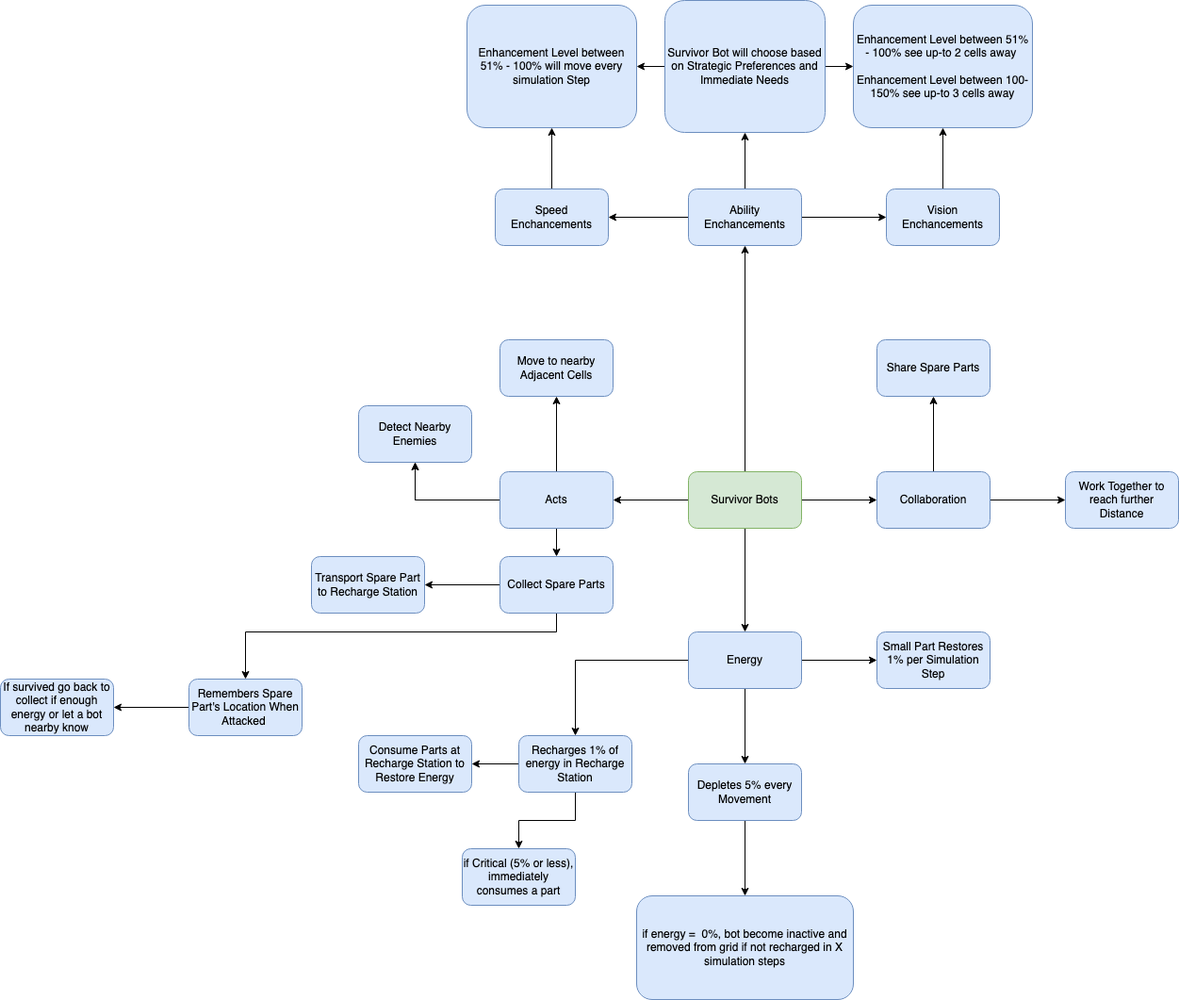
Above: diagrams/Survivor_Bots.drawio.png in Raul-Prisecaru/Techburg-city (draw.io), before the change. Source tidied: cells renumbered, new cells last; positions are measured from the earlier drawing's top-left corner, leaving out a move shared by most shapes. Source of this version:
```xml
<mxGraphModel>
  <root>
    <mxCell id="0" />
    <mxCell id="1" parent="0" />
    <mxCell id="2" style="edgeStyle=orthogonalEdgeStyle;rounded=0;jettySize=auto;html=1;" parent="1" edge="1" source="6" target="11">
      <mxGeometry relative="1" as="geometry" />
    </mxCell>
    <mxCell id="3" style="edgeStyle=orthogonalEdgeStyle;rounded=0;jettySize=auto;html=1;" parent="1" edge="1" source="6" target="21">
      <mxGeometry relative="1" as="geometry" />
    </mxCell>
    <mxCell id="4" style="edgeStyle=orthogonalEdgeStyle;rounded=0;jettySize=auto;html=1;" parent="1" edge="1" source="6" target="32">
      <mxGeometry relative="1" as="geometry" />
    </mxCell>
    <mxCell id="5" style="edgeStyle=orthogonalEdgeStyle;rounded=0;jettySize=auto;html=1;" parent="1" edge="1" source="6" target="39">
      <mxGeometry relative="1" as="geometry" />
    </mxCell>
    <mxCell id="6" value="Survivor Bots" style="rounded=1;whiteSpace=wrap;html=1;fillColor=#d5e8d4;strokeColor=#82b366;" parent="1" vertex="1">
      <mxGeometry x="730" y="500" width="120" height="60" as="geometry" />
    </mxCell>
    <mxCell id="7" style="edgeStyle=orthogonalEdgeStyle;rounded=0;jettySize=auto;html=1;" parent="1" edge="1" source="11" target="12">
      <mxGeometry relative="1" as="geometry" />
    </mxCell>
    <mxCell id="8" style="edgeStyle=orthogonalEdgeStyle;rounded=0;jettySize=auto;html=1;" parent="1" edge="1" source="11" target="12">
      <mxGeometry relative="1" as="geometry" />
    </mxCell>
    <mxCell id="9" style="edgeStyle=orthogonalEdgeStyle;rounded=0;jettySize=auto;html=1;" parent="1" edge="1" source="11" target="13">
      <mxGeometry relative="1" as="geometry" />
    </mxCell>
    <mxCell id="10" style="edgeStyle=orthogonalEdgeStyle;rounded=0;jettySize=auto;html=1;" parent="1" edge="1" source="11" target="16">
      <mxGeometry relative="1" as="geometry" />
    </mxCell>
    <mxCell id="11" value="Acts" style="rounded=1;whiteSpace=wrap;html=1;fillColor=#dae8fc;strokeColor=#6c8ebf;" parent="1" vertex="1">
      <mxGeometry x="530" y="500" width="120" height="60" as="geometry" />
    </mxCell>
    <mxCell id="12" value="Detect Nearby Enemies" style="rounded=1;whiteSpace=wrap;html=1;fillColor=#dae8fc;strokeColor=#6c8ebf;" parent="1" vertex="1">
      <mxGeometry x="380" y="430" width="120" height="60" as="geometry" />
    </mxCell>
    <mxCell id="13" value="Move to nearby Adjacent Cells" style="rounded=1;whiteSpace=wrap;html=1;fillColor=#dae8fc;strokeColor=#6c8ebf;" parent="1" vertex="1">
      <mxGeometry x="530" y="360" width="120" height="60" as="geometry" />
    </mxCell>
    <mxCell id="14" style="edgeStyle=orthogonalEdgeStyle;rounded=0;jettySize=auto;html=1;" parent="1" edge="1" source="16" target="17">
      <mxGeometry relative="1" as="geometry" />
    </mxCell>
    <mxCell id="15" style="edgeStyle=orthogonalEdgeStyle;rounded=0;jettySize=auto;html=1;" parent="1" edge="1" source="16" target="50">
      <mxGeometry relative="1" as="geometry">
        <Array as="points">
          <mxPoint x="590" y="670" />
          <mxPoint x="260" y="670" />
        </Array>
      </mxGeometry>
    </mxCell>
    <mxCell id="16" value="Collect Spare Parts" style="rounded=1;whiteSpace=wrap;html=1;fillColor=#dae8fc;strokeColor=#6c8ebf;" parent="1" vertex="1">
      <mxGeometry x="530" y="590" width="120" height="60" as="geometry" />
    </mxCell>
    <mxCell id="17" value="Transport Spare Part to Recharge Station" style="rounded=1;whiteSpace=wrap;html=1;fillColor=#dae8fc;strokeColor=#6c8ebf;" parent="1" vertex="1">
      <mxGeometry x="330" y="590" width="120" height="60" as="geometry" />
    </mxCell>
    <mxCell id="18" style="edgeStyle=orthogonalEdgeStyle;rounded=0;jettySize=auto;html=1;" parent="1" edge="1" source="21" target="23">
      <mxGeometry relative="1" as="geometry" />
    </mxCell>
    <mxCell id="19" style="edgeStyle=orthogonalEdgeStyle;rounded=0;jettySize=auto;html=1;entryX=0.5;entryY=0;entryDx=0;entryDy=0;" parent="1" edge="1" source="21" target="26">
      <mxGeometry relative="1" as="geometry" />
    </mxCell>
    <mxCell id="20" style="edgeStyle=orthogonalEdgeStyle;rounded=0;jettySize=auto;html=1;" parent="1" edge="1" source="21" target="28">
      <mxGeometry relative="1" as="geometry" />
    </mxCell>
    <mxCell id="21" value="Energy" style="rounded=1;whiteSpace=wrap;html=1;fillColor=#dae8fc;strokeColor=#6c8ebf;" parent="1" vertex="1">
      <mxGeometry x="730" y="670" width="120" height="60" as="geometry" />
    </mxCell>
    <mxCell id="22" style="edgeStyle=orthogonalEdgeStyle;rounded=0;jettySize=auto;html=1;" parent="1" edge="1" source="23" target="29">
      <mxGeometry relative="1" as="geometry" />
    </mxCell>
    <mxCell id="23" value="Depletes 5% every Movement" style="rounded=1;whiteSpace=wrap;html=1;fillColor=#dae8fc;strokeColor=#6c8ebf;" parent="1" vertex="1">
      <mxGeometry x="730" y="810" width="120" height="60" as="geometry" />
    </mxCell>
    <mxCell id="24" style="edgeStyle=orthogonalEdgeStyle;rounded=0;jettySize=auto;html=1;" parent="1" edge="1" source="26" target="27">
      <mxGeometry relative="1" as="geometry" />
    </mxCell>
    <mxCell id="25" style="edgeStyle=orthogonalEdgeStyle;rounded=0;jettySize=auto;html=1;" parent="1" edge="1" source="26" target="35">
      <mxGeometry relative="1" as="geometry" />
    </mxCell>
    <mxCell id="26" value="Recharges 1% of energy in Recharge Station" style="rounded=1;whiteSpace=wrap;html=1;fillColor=#dae8fc;strokeColor=#6c8ebf;" parent="1" vertex="1">
      <mxGeometry x="550" y="780" width="120" height="60" as="geometry" />
    </mxCell>
    <mxCell id="27" value="if Critical (5% or less), immediately consumes a part" style="rounded=1;whiteSpace=wrap;html=1;fillColor=#dae8fc;strokeColor=#6c8ebf;" parent="1" vertex="1">
      <mxGeometry x="490" y="900" width="120" height="60" as="geometry" />
    </mxCell>
    <mxCell id="28" value="Small Part Restores 1% per Simulation Step" style="rounded=1;whiteSpace=wrap;html=1;fillColor=#dae8fc;strokeColor=#6c8ebf;" parent="1" vertex="1">
      <mxGeometry x="930" y="670" width="120" height="60" as="geometry" />
    </mxCell>
    <mxCell id="29" value="if energy =&amp;nbsp; 0%, bot become inactive and removed from grid if not recharged in X simulation steps" style="rounded=1;whiteSpace=wrap;html=1;fillColor=#dae8fc;strokeColor=#6c8ebf;" parent="1" vertex="1">
      <mxGeometry x="675" y="950" width="230" height="110" as="geometry" />
    </mxCell>
    <mxCell id="30" style="edgeStyle=orthogonalEdgeStyle;rounded=0;jettySize=auto;html=1;" parent="1" edge="1" source="32" target="33">
      <mxGeometry relative="1" as="geometry" />
    </mxCell>
    <mxCell id="31" style="edgeStyle=orthogonalEdgeStyle;rounded=0;jettySize=auto;html=1;" parent="1" edge="1" source="32" target="34">
      <mxGeometry relative="1" as="geometry" />
    </mxCell>
    <mxCell id="32" value="Collaboration" style="rounded=1;whiteSpace=wrap;html=1;fillColor=#dae8fc;strokeColor=#6c8ebf;" parent="1" vertex="1">
      <mxGeometry x="930" y="500" width="120" height="60" as="geometry" />
    </mxCell>
    <mxCell id="33" value="Share Spare Parts" style="rounded=1;whiteSpace=wrap;html=1;fillColor=#dae8fc;strokeColor=#6c8ebf;" parent="1" vertex="1">
      <mxGeometry x="930" y="360" width="120" height="60" as="geometry" />
    </mxCell>
    <mxCell id="34" value="Work Together to reach further Distance" style="rounded=1;whiteSpace=wrap;html=1;fillColor=#dae8fc;strokeColor=#6c8ebf;" parent="1" vertex="1">
      <mxGeometry x="1130" y="500" width="120" height="60" as="geometry" />
    </mxCell>
    <mxCell id="35" value="Consume Parts at Recharge Station to Restore Energy" style="rounded=1;whiteSpace=wrap;html=1;fillColor=#dae8fc;strokeColor=#6c8ebf;" parent="1" vertex="1">
      <mxGeometry x="380" y="780" width="120" height="60" as="geometry" />
    </mxCell>
    <mxCell id="36" style="edgeStyle=orthogonalEdgeStyle;rounded=0;jettySize=auto;html=1;" parent="1" edge="1" source="39" target="41">
      <mxGeometry relative="1" as="geometry" />
    </mxCell>
    <mxCell id="37" style="edgeStyle=orthogonalEdgeStyle;rounded=0;jettySize=auto;html=1;" parent="1" edge="1" source="39" target="43">
      <mxGeometry relative="1" as="geometry" />
    </mxCell>
    <mxCell id="38" style="edgeStyle=orthogonalEdgeStyle;rounded=0;jettySize=auto;html=1;entryX=0.5;entryY=1;entryDx=0;entryDy=0;" parent="1" edge="1" source="39" target="48">
      <mxGeometry relative="1" as="geometry" />
    </mxCell>
    <mxCell id="39" value="Ability Enchancements" style="rounded=1;whiteSpace=wrap;html=1;fillColor=#dae8fc;strokeColor=#6c8ebf;" parent="1" vertex="1">
      <mxGeometry x="730" y="200" width="120" height="60" as="geometry" />
    </mxCell>
    <mxCell id="40" style="edgeStyle=orthogonalEdgeStyle;rounded=0;jettySize=auto;html=1;" parent="1" edge="1" source="41" target="44">
      <mxGeometry relative="1" as="geometry" />
    </mxCell>
    <mxCell id="41" value="Speed Enchancements" style="rounded=1;whiteSpace=wrap;html=1;fillColor=#dae8fc;strokeColor=#6c8ebf;" parent="1" vertex="1">
      <mxGeometry x="525" y="200" width="120" height="60" as="geometry" />
    </mxCell>
    <mxCell id="42" style="edgeStyle=orthogonalEdgeStyle;rounded=0;jettySize=auto;html=1;entryX=0.5;entryY=1;entryDx=0;entryDy=0;" parent="1" edge="1" source="43" target="45">
      <mxGeometry relative="1" as="geometry" />
    </mxCell>
    <mxCell id="43" value="Vision Enchancements" style="rounded=1;whiteSpace=wrap;html=1;fillColor=#dae8fc;strokeColor=#6c8ebf;" parent="1" vertex="1">
      <mxGeometry x="940" y="200" width="120" height="60" as="geometry" />
    </mxCell>
    <mxCell id="44" value="Enhancement Level between 51% - 100% will move every simulation Step" style="rounded=1;whiteSpace=wrap;html=1;fillColor=#dae8fc;strokeColor=#6c8ebf;" parent="1" vertex="1">
      <mxGeometry x="495" y="5" width="180" height="130" as="geometry" />
    </mxCell>
    <mxCell id="45" value="Enhancement Level between 51% - 100% see up-to 2 cells away&amp;nbsp;&lt;br&gt;&lt;br&gt;Enhancement Level between 100-150% see up-to 3 cells away" style="rounded=1;whiteSpace=wrap;html=1;fillColor=#dae8fc;strokeColor=#6c8ebf;" parent="1" vertex="1">
      <mxGeometry x="905" y="5" width="190" height="130" as="geometry" />
    </mxCell>
    <mxCell id="46" style="edgeStyle=orthogonalEdgeStyle;rounded=0;jettySize=auto;html=1;entryX=0;entryY=0.5;entryDx=0;entryDy=0;" parent="1" edge="1" source="48" target="45">
      <mxGeometry relative="1" as="geometry" />
    </mxCell>
    <mxCell id="47" style="edgeStyle=orthogonalEdgeStyle;rounded=0;jettySize=auto;html=1;" parent="1" edge="1" source="48" target="44">
      <mxGeometry relative="1" as="geometry" />
    </mxCell>
    <mxCell id="48" value="Survivor Bot will choose based on Strategic Preferences and Immediate Needs" style="rounded=1;whiteSpace=wrap;html=1;fillColor=#dae8fc;strokeColor=#6c8ebf;" parent="1" vertex="1">
      <mxGeometry x="705" width="170" height="140" as="geometry" />
    </mxCell>
    <mxCell id="49" style="edgeStyle=orthogonalEdgeStyle;rounded=0;jettySize=auto;html=1;" parent="1" edge="1" source="50" target="51">
      <mxGeometry relative="1" as="geometry" />
    </mxCell>
    <mxCell id="50" value="Remembers Spare Part's Location When Attacked&amp;nbsp;" style="rounded=1;whiteSpace=wrap;html=1;fillColor=#dae8fc;strokeColor=#6c8ebf;" parent="1" vertex="1">
      <mxGeometry x="200" y="720" width="120" height="60" as="geometry" />
    </mxCell>
    <mxCell id="51" value="If survived go back to collect if enough energy or let a bot nearby know" style="rounded=1;whiteSpace=wrap;html=1;fillColor=#dae8fc;strokeColor=#6c8ebf;" parent="1" vertex="1">
      <mxGeometry y="720" width="120" height="60" as="geometry" />
    </mxCell>
  </root>
</mxGraphModel>
```
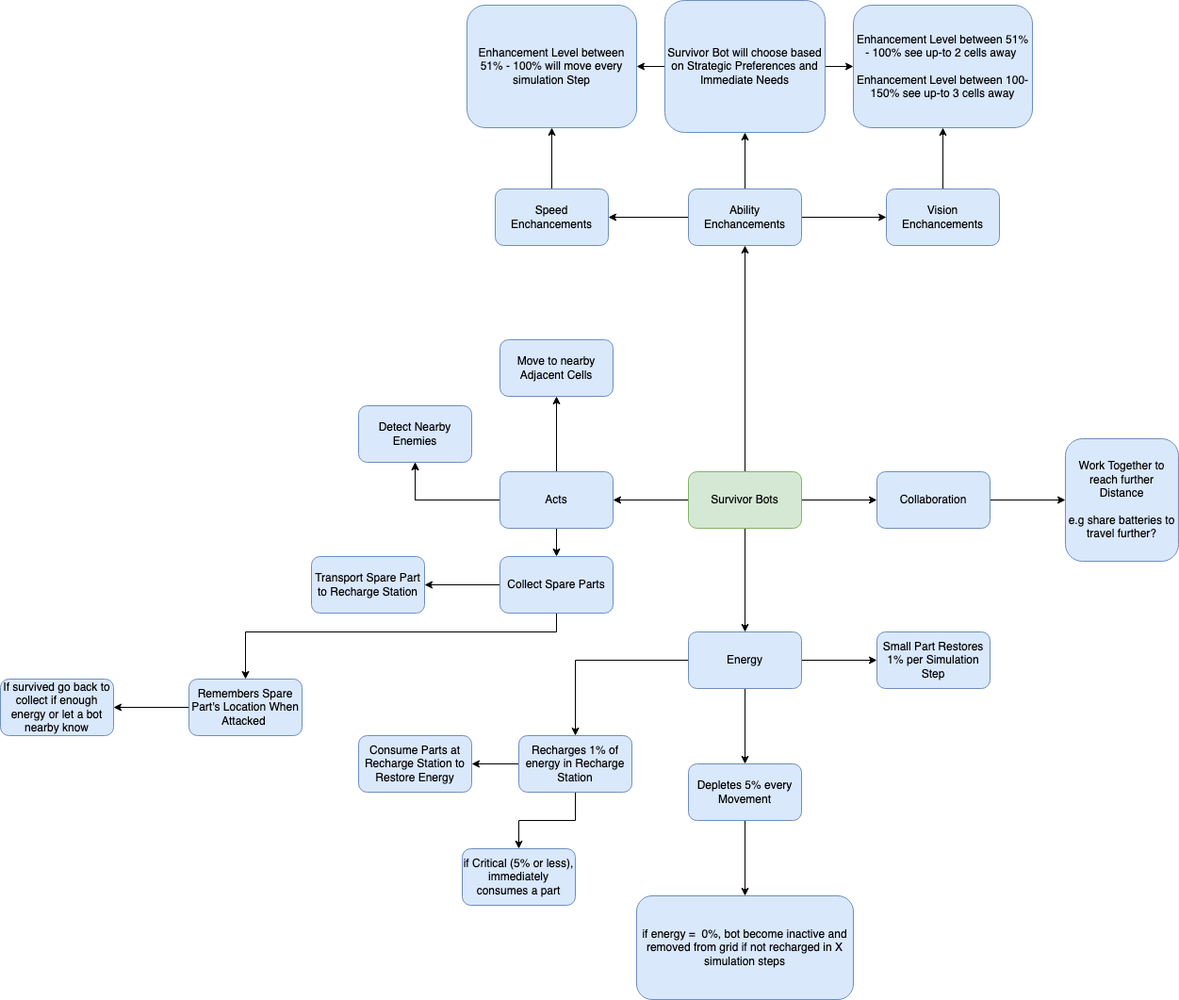
The same diagram one commit later.

Change to the diagram source:
```diff
@@ -91,20 +91,14 @@
     <mxCell id="29" value="if energy =&amp;nbsp; 0%, bot become inactive and removed from grid if not recharged in X simulation steps" style="rounded=1;whiteSpace=wrap;html=1;fillColor=#dae8fc;strokeColor=#6c8ebf;" parent="1" vertex="1">
       <mxGeometry x="675" y="950" width="230" height="110" as="geometry" />
     </mxCell>
-    <mxCell id="30" style="edgeStyle=orthogonalEdgeStyle;rounded=0;jettySize=auto;html=1;" parent="1" edge="1" source="32" target="33">
-      <mxGeometry relative="1" as="geometry" />
-    </mxCell>
     <mxCell id="31" style="edgeStyle=orthogonalEdgeStyle;rounded=0;jettySize=auto;html=1;" parent="1" edge="1" source="32" target="34">
       <mxGeometry relative="1" as="geometry" />
     </mxCell>
     <mxCell id="32" value="Collaboration" style="rounded=1;whiteSpace=wrap;html=1;fillColor=#dae8fc;strokeColor=#6c8ebf;" parent="1" vertex="1">
       <mxGeometry x="930" y="500" width="120" height="60" as="geometry" />
     </mxCell>
-    <mxCell id="33" value="Share Spare Parts" style="rounded=1;whiteSpace=wrap;html=1;fillColor=#dae8fc;strokeColor=#6c8ebf;" parent="1" vertex="1">
-      <mxGeometry x="930" y="360" width="120" height="60" as="geometry" />
-    </mxCell>
-    <mxCell id="34" value="Work Together to reach further Distance" style="rounded=1;whiteSpace=wrap;html=1;fillColor=#dae8fc;strokeColor=#6c8ebf;" parent="1" vertex="1">
-      <mxGeometry x="1130" y="500" width="120" height="60" as="geometry" />
+    <mxCell id="34" value="Work Together to reach further Distance&lt;br&gt;&lt;br&gt;e.g share batteries to travel further?&lt;br&gt;" style="rounded=1;whiteSpace=wrap;html=1;fillColor=#dae8fc;strokeColor=#6c8ebf;" parent="1" vertex="1">
+      <mxGeometry x="1130" y="465" width="120" height="130" as="geometry" />
     </mxCell>
     <mxCell id="35" value="Consume Parts at Recharge Station to Restore Energy" style="rounded=1;whiteSpace=wrap;html=1;fillColor=#dae8fc;strokeColor=#6c8ebf;" parent="1" vertex="1">
       <mxGeometry x="380" y="780" width="120" height="60" as="geometry" />
```
